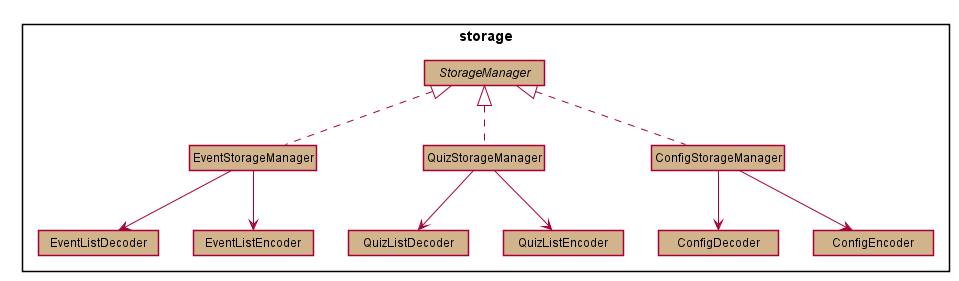
The PlantUML diagram docs/diagram/StorageComponent.png in untitle4/tp, before a commit. Source of this version:
```plantuml
@startuml
skinparam Shadowing false
skinparam classBackgroundColor Tan
skinparam MinClassWidth 120

package storage <<rectangle>> {
    abstract class StorageManager {
        + StorageManager(:String)
        - createDataFile():boolean
    }

    class EventStorageManager implements StorageManager {
        + EventStorageManager(:String)
        + saveData(:ArrayList<Event>)
        + loadData():EventParameter
        - separateEventsIntoList(:ArrayList<Event>):EventParameter
    }

    class EventListDecoder {
        + EventListDecoder()
        + decodeEventList(:ArrayList<String>):ArrayList<Event>
        - decodeEventFromString(:String):Event
        - parseCca(:String[]):EventCca
        - parseClass(:String[]):EventClass
        - parseTest(:String[]):EventTest
        - parseTuition(:String[]):EventTuition
        - isValidParams(:String, :String, :String)
        - isValidTuition(:String, :String, :String, :String)
    }

    class EventListEncoder {
        + EventListEncoder()
        + encodeEventList(:ArrayList<Event>):ArrayList<String>
        - encodeEventToString(:Event):String
        - isValidParams(:String, :String, :String)
    }

    EventStorageManager --> EventListDecoder
    EventStorageManager --> EventListEncoder


    class QuizStorageManager implements StorageManager {
        + QuizStorageManager(:String)
        + saveData(:ArrayList<Quiz>, :String)
        + loadData():ArrayList<ArrayList<Quiz>
    }

    class QuizListDecoder {
        + decodeQuizList(:ArrayList<String>):ArrayList<Quiz>
        - decodeQuizFromString(:String):Quiz
    }

    class QuizListEncoder {
        + encodeQuizList(:ArrayList<Quiz>):ArrayList<String>
    }

    QuizStorageManager --> QuizListDecoder
    QuizStorageManager --> QuizListEncoder


    class ConfigStorageManager implements StorageManager {

    }

    class ConfigDecoder {

    }

    class ConfigEncoder {

    }

    ConfigStorageManager --> ConfigDecoder
    ConfigStorageManager --> ConfigEncoder
}

hide circle
hide members

@enduml
```
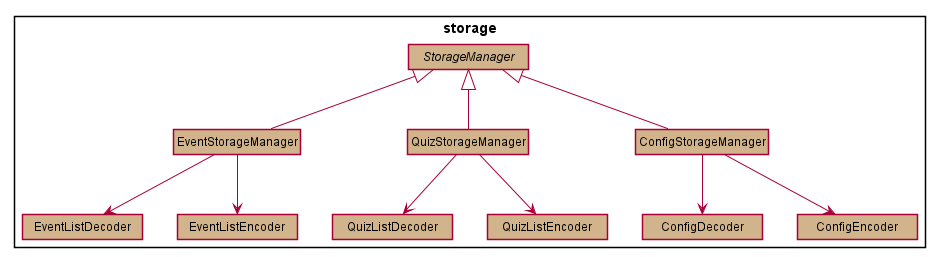
The same diagram one commit later.

What changed in the source:
```diff
@@ -9,7 +9,7 @@
         - createDataFile():boolean
     }
 
-    class EventStorageManager implements StorageManager {
+    class EventStorageManager extends StorageManager {
         + EventStorageManager(:String)
         + saveData(:ArrayList<Event>)
         + loadData():EventParameter
@@ -39,7 +39,7 @@
     EventStorageManager --> EventListEncoder
 
 
-    class QuizStorageManager implements StorageManager {
+    class QuizStorageManager extends StorageManager {
         + QuizStorageManager(:String)
         + saveData(:ArrayList<Quiz>, :String)
         + loadData():ArrayList<ArrayList<Quiz>
@@ -58,7 +58,7 @@
     QuizStorageManager --> QuizListEncoder
 
 
-    class ConfigStorageManager implements StorageManager {
+    class ConfigStorageManager extends StorageManager {
 
     }
 
```
